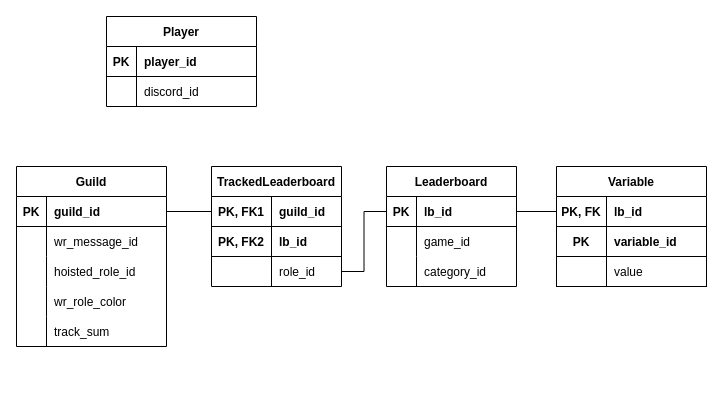
Before: srcwrsbot.drawio in mitchell-merry/src-wrs-bot, a draw.io diagram. Source tidied: cells renumbered, new cells numbered last; positions are measured from the earlier drawing's top-left corner, leaving out a move shared by most shapes. Both pictures are drawn from the tidied source at 100%, with x=0, y=0 at pixel (16, 16).
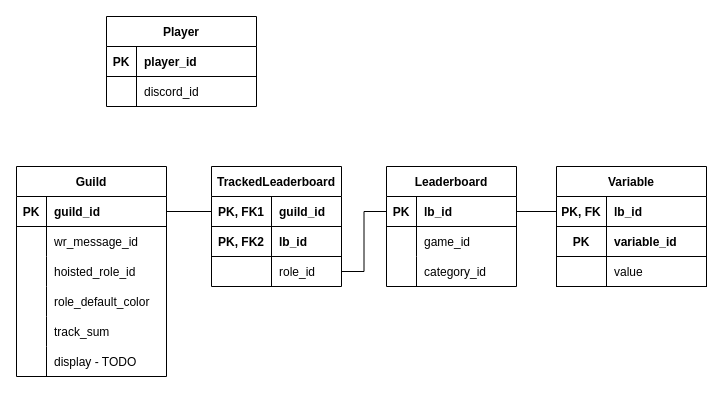
The same page after the edit.

The change refers to these unchanged cells:
```xml
<mxCell id="33" style="shape=partialRectangle;fillColor=none;top=0;left=0;right=0;bottom=0;" parent="23" vertex="1">
  <mxGeometry y="120" width="150" height="30" as="geometry" />
</mxCell>
```

The edit, as a diff of the source:
```diff
@@
     <mxCell id="23" value="Guild" style="shape=table;startSize=30;childLayout=tableLayout;rowLines=0;fontStyle=1;align=center;" parent="1" vertex="1">
-      <mxGeometry y="150" width="150" height="180" as="geometry" />
+      <mxGeometry y="150" width="150" height="210" as="geometry" />
     </mxCell>
@@
-    <mxCell id="35" value="wr_role_color" style="shape=partialRectangle;overflow=hidden;fillColor=none;top=0;left=0;bottom=0;right=0;align=left;spacingLeft=6;" parent="33" vertex="1">
+    <mxCell id="35" value="role_default_color" style="shape=partialRectangle;overflow=hidden;fillColor=none;top=0;left=0;bottom=0;right=0;align=left;spacingLeft=6;" parent="33" vertex="1">
       <mxGeometry x="30" width="120" height="30" as="geometry" />
     </mxCell>
@@
+    <mxCell id="58" style="shape=partialRectangle;fillColor=none;top=0;left=0;right=0;bottom=0;" parent="23" vertex="1">
+      <mxGeometry y="180" width="150" height="30" as="geometry" />
+    </mxCell>
+    <mxCell id="59" style="shape=partialRectangle;overflow=hidden;fillColor=none;top=0;left=0;bottom=0;right=0;" parent="58" vertex="1">
+      <mxGeometry width="30" height="30" as="geometry" />
+    </mxCell>
+    <mxCell id="60" value="display - TODO" style="shape=partialRectangle;overflow=hidden;fillColor=none;top=0;left=0;bottom=0;right=0;align=left;spacingLeft=6;" parent="58" vertex="1">
+      <mxGeometry x="30" width="120" height="30" as="geometry" />
+    </mxCell>
```
